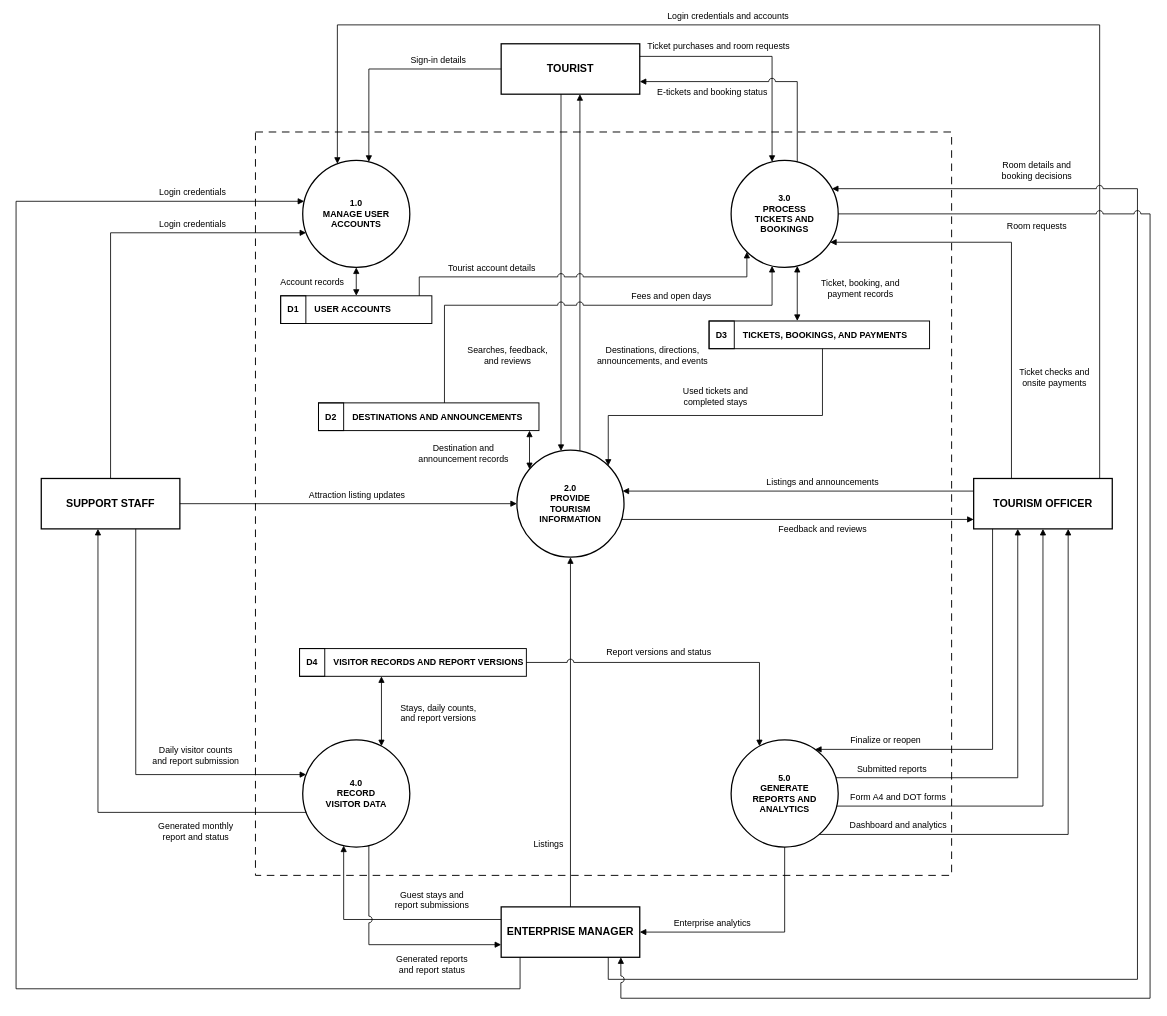
The draw.io diagram docs/diagrams/ztims-top-level-diagram.drawio in jefee0101/ZTIMS, before the edit. Source tidied: cells renumbered, new cells numbered last; positions are measured from the earlier drawing's top-left corner, leaving out a move shared by most shapes. Both pictures are drawn from the tidied source at 63%, with x=0, y=0 at pixel (16, 25).
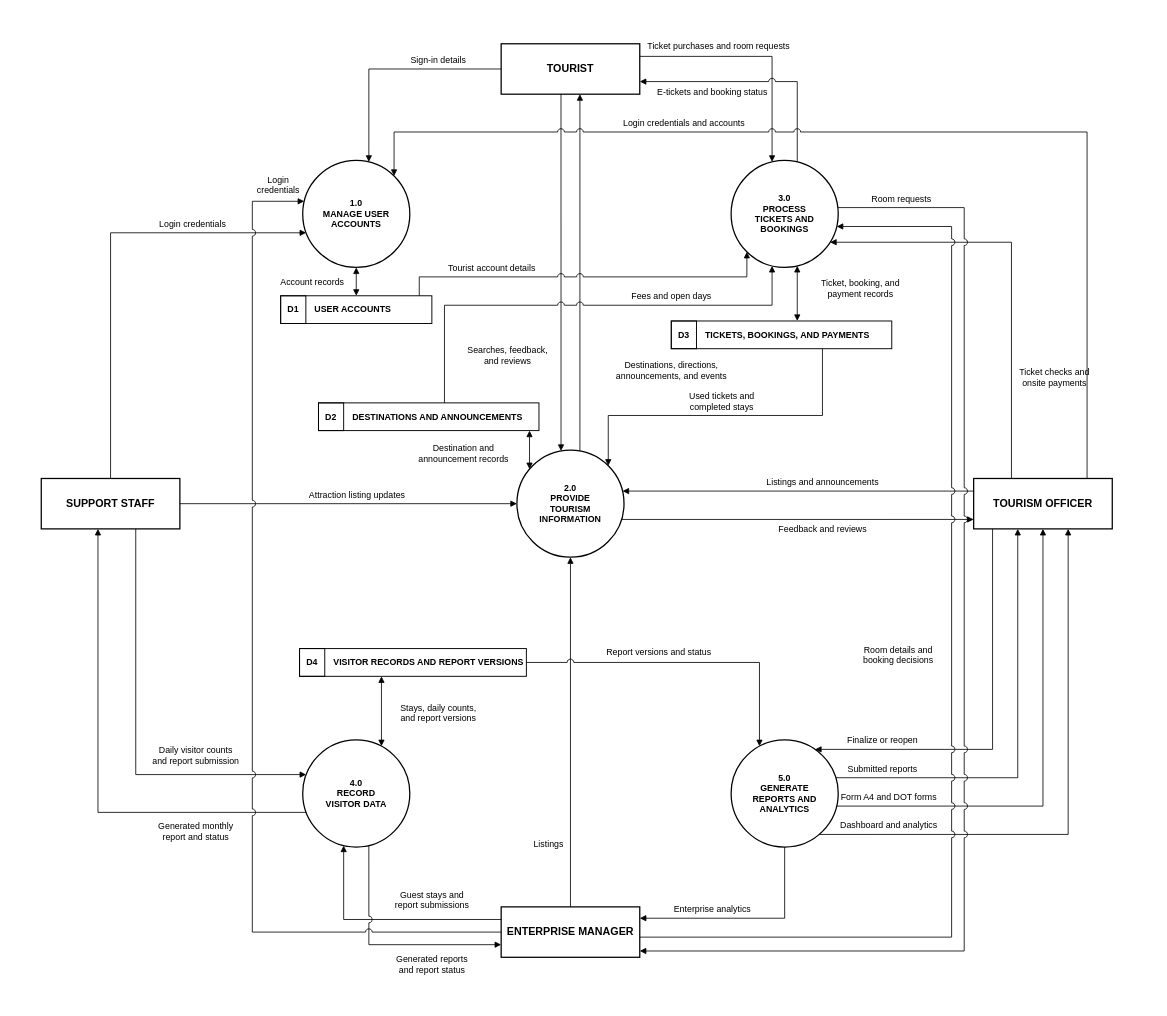
After the change.

Commit message (it also covers changes not shown here):
Top level diagram: no flows looping outside the users, no dashed boundary

Claude-Session: https://claude.ai/code/session_01KDNTRHj1XQUXovvpA1ypSB

The change refers to these unchanged cells:
```xml
<mxCell id="3" value="TOURIST" style="rounded=0;whiteSpace=wrap;html=1;fillColor=#ffffff;strokeColor=#000000;strokeWidth=2;fontColor=#000000;fontStyle=1;fontSize=17;" parent="1" vertex="1">
  <mxGeometry x="770" y="30" width="220" height="80" as="geometry" />
</mxCell>
<mxCell id="5" value="TOURISM OFFICER" style="rounded=0;whiteSpace=wrap;html=1;fillColor=#ffffff;strokeColor=#000000;strokeWidth=2;fontColor=#000000;fontStyle=1;fontSize=17;" parent="1" vertex="1">
  <mxGeometry x="1520" y="720" width="220" height="80" as="geometry" />
</mxCell>
<mxCell id="6" value="ENTERPRISE MANAGER" style="rounded=0;whiteSpace=wrap;html=1;fillColor=#ffffff;strokeColor=#000000;strokeWidth=2;fontColor=#000000;fontStyle=1;fontSize=17;" parent="1" vertex="1">
  <mxGeometry x="770" y="1400" width="220" height="80" as="geometry" />
</mxCell>
<mxCell id="7" value="1.0&lt;br&gt;MANAGE USER&lt;br&gt;ACCOUNTS" style="ellipse;whiteSpace=wrap;html=1;fillColor=#ffffff;strokeColor=#000000;strokeWidth=2;fontColor=#000000;fontStyle=1;fontSize=14;" parent="1" vertex="1">
  <mxGeometry x="455" y="215" width="170" height="170" as="geometry" />
</mxCell>
<mxCell id="8" value="3.0&lt;br&gt;PROCESS&lt;br&gt;TICKETS AND&lt;br&gt;BOOKINGS" style="ellipse;whiteSpace=wrap;html=1;fillColor=#ffffff;strokeColor=#000000;strokeWidth=2;fontColor=#000000;fontStyle=1;fontSize=14;" parent="1" vertex="1">
  <mxGeometry x="1135" y="215" width="170" height="170" as="geometry" />
</mxCell>
<mxCell id="9" value="2.0&lt;br&gt;PROVIDE&lt;br&gt;TOURISM&lt;br&gt;INFORMATION" style="ellipse;whiteSpace=wrap;html=1;fillColor=#ffffff;strokeColor=#000000;strokeWidth=2;fontColor=#000000;fontStyle=1;fontSize=14;" parent="1" vertex="1">
  <mxGeometry x="795" y="675" width="170" height="170" as="geometry" />
</mxCell>
<mxCell id="11" value="5.0&lt;br&gt;GENERATE&lt;br&gt;REPORTS AND&lt;br&gt;ANALYTICS" style="ellipse;whiteSpace=wrap;html=1;fillColor=#ffffff;strokeColor=#000000;strokeWidth=2;fontColor=#000000;fontStyle=1;fontSize=14;" parent="1" vertex="1">
  <mxGeometry x="1135" y="1135" width="170" height="170" as="geometry" />
</mxCell>
```

What changed in the source:
```diff
@@
-    <mxCell id="2" style="rounded=0;dashed=1;dashPattern=8 6;fillColor=none;strokeColor=#000000;strokeWidth=1.5;html=1;" parent="1" vertex="1">
-      <mxGeometry x="380" y="170" width="1105" height="1180" as="geometry" />
-    </mxCell>
@@
     <mxCell id="16" value="TICKETS, BOOKINGS, AND PAYMENTS" style="rounded=0;whiteSpace=wrap;html=1;align=left;spacingLeft=52;fillColor=#ffffff;strokeColor=#000000;strokeWidth=1.5;fontColor=#000000;fontStyle=1;fontSize=14;" parent="1" vertex="1">
-      <mxGeometry x="1100" y="470" width="350" height="44" as="geometry" />
+      <mxGeometry x="1040" y="470" width="350" height="44" as="geometry" />
     </mxCell>
     <mxCell id="17" value="D3" style="rounded=0;whiteSpace=wrap;html=1;fillColor=none;strokeColor=#000000;strokeWidth=1.5;fontColor=#000000;fontStyle=1;fontSize=14;" parent="1" vertex="1">
-      <mxGeometry x="1100" y="470" width="40" height="44" as="geometry" />
+      <mxGeometry x="1040" y="470" width="40" height="44" as="geometry" />
     </mxCell>
@@
     <mxCell id="24" value="Destinations, directions,&lt;br&gt;announcements, and events" style="edgeStyle=none;rounded=0;html=1;endArrow=block;endFill=1;endSize=7;strokeColor=#000000;strokeWidth=1.3;fontColor=#000000;fontSize=14;labelBackgroundColor=none;jumpStyle=arc;jumpSize=10;exitX=0.5882;exitY=0.0078;exitPerimeter=0;entryX=0.5682;entryY=1.0000;entryPerimeter=0;" parent="1" edge="1" source="9" target="3">
       <mxGeometry relative="1" as="geometry">
-        <mxPoint x="115" y="131.8" as="offset" />
+        <mxPoint x="145" y="154.8" as="offset" />
       </mxGeometry>
     </mxCell>
@@
-    <mxCell id="29" value="Login credentials and accounts" style="edgeStyle=none;rounded=0;html=1;endArrow=block;endFill=1;endSize=7;strokeColor=#000000;strokeWidth=1.3;fontColor=#000000;fontSize=14;labelBackgroundColor=none;jumpStyle=arc;jumpSize=10;exitX=0.9091;exitY=0.0000;exitPerimeter=0;entryX=0.3235;entryY=0.0322;entryPerimeter=0;" parent="1" edge="1" source="5" target="7">
+    <mxCell id="29" value="Login credentials and accounts" style="edgeStyle=none;rounded=0;html=1;endArrow=block;endFill=1;endSize=7;strokeColor=#000000;strokeWidth=1.3;fontColor=#000000;fontSize=14;labelBackgroundColor=none;jumpStyle=arc;jumpSize=10;exitX=0.8182;exitY=0.0000;exitPerimeter=0;entryX=0.8529;entryY=0.1458;entryPerimeter=0;" parent="1" edge="1" source="5" target="7">
       <mxGeometry relative="1" as="geometry">
         <Array as="points">
-          <mxPoint x="1720" />
-          <mxPoint x="510" />
+          <mxPoint x="1700" y="170" />
+          <mxPoint x="600" y="170" />
         </Array>
-        <mxPoint x="-234.8" y="-14" as="offset" />
+        <mxPoint x="-330.1" y="-14" as="offset" />
       </mxGeometry>
     </mxCell>
@@
     <mxCell id="33" value="Finalize or reopen" style="edgeStyle=none;rounded=0;html=1;endArrow=block;endFill=1;endSize=7;strokeColor=#000000;strokeWidth=1.3;fontColor=#000000;fontSize=14;labelBackgroundColor=none;jumpStyle=arc;jumpSize=10;exitX=0.1364;exitY=1.0000;exitPerimeter=0;entryX=0.7836;entryY=0.0882;entryPerimeter=0;" parent="1" edge="1" source="5" target="11">
       <mxGeometry relative="1" as="geometry">
         <Array as="points">
           <mxPoint x="1550" y="1150" />
         </Array>
-        <mxPoint x="-170" y="20.1" as="offset" />
+        <mxPoint x="-175" y="20.1" as="offset" />
       </mxGeometry>
     </mxCell>
     <mxCell id="34" value="Submitted reports" style="edgeStyle=none;rounded=0;html=1;endArrow=block;endFill=1;endSize=7;strokeColor=#000000;strokeWidth=1.3;fontColor=#000000;fontSize=14;labelBackgroundColor=none;jumpStyle=arc;jumpSize=10;exitX=0.9779;exitY=0.3529;exitPerimeter=0;entryX=0.3182;entryY=1.0000;entryPerimeter=0;" parent="1" edge="1" source="11" target="5">
       <mxGeometry relative="1" as="geometry">
         <Array as="points">
           <mxPoint x="1590" y="1195" />
         </Array>
-        <mxPoint x="-200" y="39.1" as="offset" />
+        <mxPoint x="-215" y="39.1" as="offset" />
       </mxGeometry>
     </mxCell>
     <mxCell id="35" value="Form A4 and DOT forms" style="edgeStyle=none;rounded=0;html=1;endArrow=block;endFill=1;endSize=7;strokeColor=#000000;strokeWidth=1.3;fontColor=#000000;fontSize=14;labelBackgroundColor=none;jumpStyle=arc;jumpSize=10;exitX=0.9860;exitY=0.6176;exitPerimeter=0;entryX=0.5000;entryY=1.0000;entryPerimeter=0;" parent="1" edge="1" source="11" target="5">
       <mxGeometry relative="1" as="geometry">
         <Array as="points">
           <mxPoint x="1630" y="1240" />
         </Array>
-        <mxPoint x="-230" y="42.3" as="offset" />
+        <mxPoint x="-245" y="42.3" as="offset" />
       </mxGeometry>
     </mxCell>
     <mxCell id="36" value="Dashboard and analytics" style="edgeStyle=none;rounded=0;html=1;endArrow=block;endFill=1;endSize=7;strokeColor=#000000;strokeWidth=1.3;fontColor=#000000;fontSize=14;labelBackgroundColor=none;jumpStyle=arc;jumpSize=10;exitX=0.8222;exitY=0.8824;exitPerimeter=0;entryX=0.6818;entryY=1.0000;entryPerimeter=0;" parent="1" edge="1" source="11" target="5">
       <mxGeometry relative="1" as="geometry">
         <Array as="points">
           <mxPoint x="1670" y="1285" />
         </Array>
-        <mxPoint x="-270" y="30.9" as="offset" />
+        <mxPoint x="-285" y="30.9" as="offset" />
       </mxGeometry>
     </mxCell>
@@
-    <mxCell id="40" value="Enterprise analytics" style="edgeStyle=none;rounded=0;html=1;endArrow=block;endFill=1;endSize=7;strokeColor=#000000;strokeWidth=1.3;fontColor=#000000;fontSize=14;labelBackgroundColor=none;jumpStyle=arc;jumpSize=10;exitX=0.5000;exitY=1.0000;exitPerimeter=0;entryX=1.0000;entryY=0.5000;entryPerimeter=0;" parent="1" edge="1" source="11" target="6">
+    <mxCell id="40" value="Enterprise analytics" style="edgeStyle=none;rounded=0;html=1;endArrow=block;endFill=1;endSize=7;strokeColor=#000000;strokeWidth=1.3;fontColor=#000000;fontSize=14;labelBackgroundColor=none;jumpStyle=arc;jumpSize=10;exitX=0.5000;exitY=1.0000;exitPerimeter=0;entryX=1.0000;entryY=0.2250;entryPerimeter=0;" parent="1" edge="1" source="11" target="6">
       <mxGeometry relative="1" as="geometry">
         <Array as="points">
-          <mxPoint x="1220" y="1440" />
+          <mxPoint x="1220" y="1418" />
         </Array>
-        <mxPoint x="-67.5" y="-14" as="offset" />
+        <mxPoint x="-56.5" y="-14" as="offset" />
       </mxGeometry>
     </mxCell>
-    <mxCell id="41" value="Login credentials" style="edgeStyle=none;rounded=0;html=1;endArrow=block;endFill=1;endSize=7;strokeColor=#000000;strokeWidth=1.3;fontColor=#000000;fontSize=14;labelBackgroundColor=none;jumpStyle=arc;jumpSize=10;exitX=0.1364;exitY=1.0000;exitPerimeter=0;entryX=0.0140;entryY=0.3824;entryPerimeter=0;" parent="1" edge="1" source="6" target="7">
+    <mxCell id="41" value="Login&lt;br&gt;credentials" style="edgeStyle=none;rounded=0;html=1;endArrow=block;endFill=1;endSize=7;strokeColor=#000000;strokeWidth=1.3;fontColor=#000000;fontSize=14;labelBackgroundColor=none;jumpStyle=arc;jumpSize=10;exitX=0.0000;exitY=0.5000;exitPerimeter=0;entryX=0.0140;entryY=0.3824;entryPerimeter=0;" parent="1" edge="1" source="6" target="7">
       <mxGeometry relative="1" as="geometry">
         <Array as="points">
-          <mxPoint x="800" y="1530" />
-          <mxPoint y="1530" />
-          <mxPoint y="280" />
+          <mxPoint x="375" y="1440" />
+          <mxPoint x="375" y="280" />
         </Array>
-        <mxPoint x="280" y="-835.3" as="offset" />
+        <mxPoint x="41" y="-762.3" as="offset" />
       </mxGeometry>
     </mxCell>
-    <mxCell id="42" value="Room details and&lt;br&gt;booking decisions" style="edgeStyle=none;rounded=0;html=1;endArrow=block;endFill=1;endSize=7;strokeColor=#000000;strokeWidth=1.3;fontColor=#000000;fontSize=14;labelBackgroundColor=none;jumpStyle=arc;jumpSize=10;exitX=0.7727;exitY=1.0000;exitPerimeter=0;entryX=0.9412;entryY=0.2647;entryPerimeter=0;" parent="1" edge="1" source="6" target="8">
+    <mxCell id="42" value="Room details and&lt;br&gt;booking decisions" style="edgeStyle=none;rounded=0;html=1;endArrow=block;endFill=1;endSize=7;strokeColor=#000000;strokeWidth=1.3;fontColor=#000000;fontSize=14;labelBackgroundColor=none;jumpStyle=arc;jumpSize=10;exitX=1.0000;exitY=0.6000;exitPerimeter=0;entryX=0.9860;entryY=0.6176;entryPerimeter=0;" parent="1" edge="1" source="6" target="8">
       <mxGeometry relative="1" as="geometry">
         <Array as="points">
-          <mxPoint x="940" y="1515" />
-          <mxPoint x="1780" y="1515" />
-          <mxPoint x="1780" y="260" />
+          <mxPoint x="1485" y="1448" />
+          <mxPoint x="1485" y="320" />
         </Array>
-        <mxPoint x="-160" y="-852.5" as="offset" />
+        <mxPoint x="-85" y="-40.3" as="offset" />
       </mxGeometry>
     </mxCell>
-    <mxCell id="43" value="Room requests" style="edgeStyle=none;rounded=0;html=1;endArrow=block;endFill=1;endSize=7;strokeColor=#000000;strokeWidth=1.3;fontColor=#000000;fontSize=14;labelBackgroundColor=none;jumpStyle=arc;jumpSize=10;exitX=1.0000;exitY=0.5000;exitPerimeter=0;entryX=0.8636;entryY=1.0000;entryPerimeter=0;" parent="1" edge="1" source="8" target="6">
+    <mxCell id="43" value="Room requests" style="edgeStyle=none;rounded=0;html=1;endArrow=block;endFill=1;endSize=7;strokeColor=#000000;strokeWidth=1.3;fontColor=#000000;fontSize=14;labelBackgroundColor=none;jumpStyle=arc;jumpSize=10;exitX=0.9965;exitY=0.4412;exitPerimeter=0;entryX=1.0000;entryY=0.8750;entryPerimeter=0;" parent="1" edge="1" source="8" target="6">
       <mxGeometry relative="1" as="geometry">
         <Array as="points">
-          <mxPoint x="1800" y="300" />
-          <mxPoint x="1800" y="1545" />
-          <mxPoint x="960" y="1545" />
+          <mxPoint x="1505" y="290" />
+          <mxPoint x="1505" y="1470" />
         </Array>
-        <mxPoint x="-180" y="-809.5" as="offset" />
+        <mxPoint x="-100" y="-761.2" as="offset" />
       </mxGeometry>
     </mxCell>
@@
-    <mxCell id="48" value="Ticket, booking, and&lt;br&gt;payment records" style="edgeStyle=none;rounded=0;html=1;endArrow=block;endFill=1;endSize=7;strokeColor=#000000;strokeWidth=1.3;fontColor=#000000;fontSize=14;labelBackgroundColor=none;jumpStyle=arc;jumpSize=10;startArrow=block;startFill=1;startSize=7;exitX=0.6176;exitY=0.9860;exitPerimeter=0;entryX=0.4000;entryY=0.0000;entryPerimeter=0;" parent="1" edge="1" source="8" target="16">
+    <mxCell id="48" value="Ticket, booking, and&lt;br&gt;payment records" style="edgeStyle=none;rounded=0;html=1;endArrow=block;endFill=1;endSize=7;strokeColor=#000000;strokeWidth=1.3;fontColor=#000000;fontSize=14;labelBackgroundColor=none;jumpStyle=arc;jumpSize=10;startArrow=block;startFill=1;startSize=7;exitX=0.6176;exitY=0.9860;exitPerimeter=0;entryX=0.5714;entryY=0.0000;entryPerimeter=0;" parent="1" edge="1" source="8" target="16">
       <mxGeometry relative="1" as="geometry">
         <mxPoint x="100" y="-8.3" as="offset" />
       </mxGeometry>
     </mxCell>
-    <mxCell id="49" value="Used tickets and&lt;br&gt;completed stays" style="edgeStyle=none;rounded=0;html=1;endArrow=block;endFill=1;endSize=7;strokeColor=#000000;strokeWidth=1.3;fontColor=#000000;fontSize=14;labelBackgroundColor=none;jumpStyle=arc;jumpSize=10;exitX=0.5143;exitY=1.0000;exitPerimeter=0;entryX=0.8529;entryY=0.1458;entryPerimeter=0;" parent="1" edge="1" source="16" target="9">
+    <mxCell id="49" value="Used tickets and&lt;br&gt;completed stays" style="edgeStyle=none;rounded=0;html=1;endArrow=block;endFill=1;endSize=7;strokeColor=#000000;strokeWidth=1.3;fontColor=#000000;fontSize=14;labelBackgroundColor=none;jumpStyle=arc;jumpSize=10;exitX=0.6857;exitY=1.0000;exitPerimeter=0;entryX=0.8529;entryY=0.1458;entryPerimeter=0;" parent="1" edge="1" source="16" target="9">
       <mxGeometry relative="1" as="geometry">
         <Array as="points">
           <mxPoint x="1280" y="620" />
           <mxPoint x="940" y="620" />
         </Array>
-        <mxPoint x="-13.1" y="-30" as="offset" />
+        <mxPoint x="-3.1" y="-22" as="offset" />
       </mxGeometry>
     </mxCell>
```
